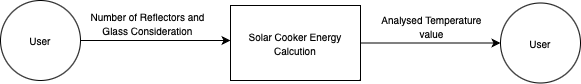
Above: docs/SRS/SystemContext.png in DeeshaPatel/CAS-741-Solar-Cooker (draw.io), before the change. Source tidied: cells renumbered, new cells last; positions are measured from the earlier drawing's top-left corner, leaving out a move shared by most shapes.
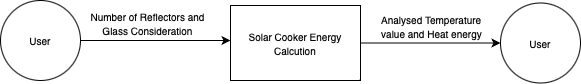
After the change.

The edit, as a diff of the source:
```diff
@@ -22,7 +22,7 @@
     <mxCell id="7" value="&lt;font style=&quot;font-size: 10px;&quot;&gt;Number of Reflectors and &lt;br&gt;Glass Consideration&lt;/font&gt;" style="text;html=1;align=center;verticalAlign=middle;strokeColor=none;fillColor=none;" parent="1" vertex="1">
       <mxGeometry x="77" y="3" width="140" height="40" as="geometry" />
     </mxCell>
-    <mxCell id="8" value="&lt;span style=&quot;font-size: 10px;&quot;&gt;Analysed Temperature &lt;br&gt;value&lt;/span&gt;" style="text;html=1;align=center;verticalAlign=middle;strokeColor=none;fillColor=none;" parent="1" vertex="1">
+    <mxCell id="8" value="&lt;span style=&quot;font-size: 10px;&quot;&gt;Analysed Temperature &lt;br&gt;value and Heat energy&lt;/span&gt;" style="text;html=1;align=center;verticalAlign=middle;strokeColor=none;fillColor=none;" parent="1" vertex="1">
       <mxGeometry x="371" y="6" width="120" height="40" as="geometry" />
     </mxCell>
   </root>
```
